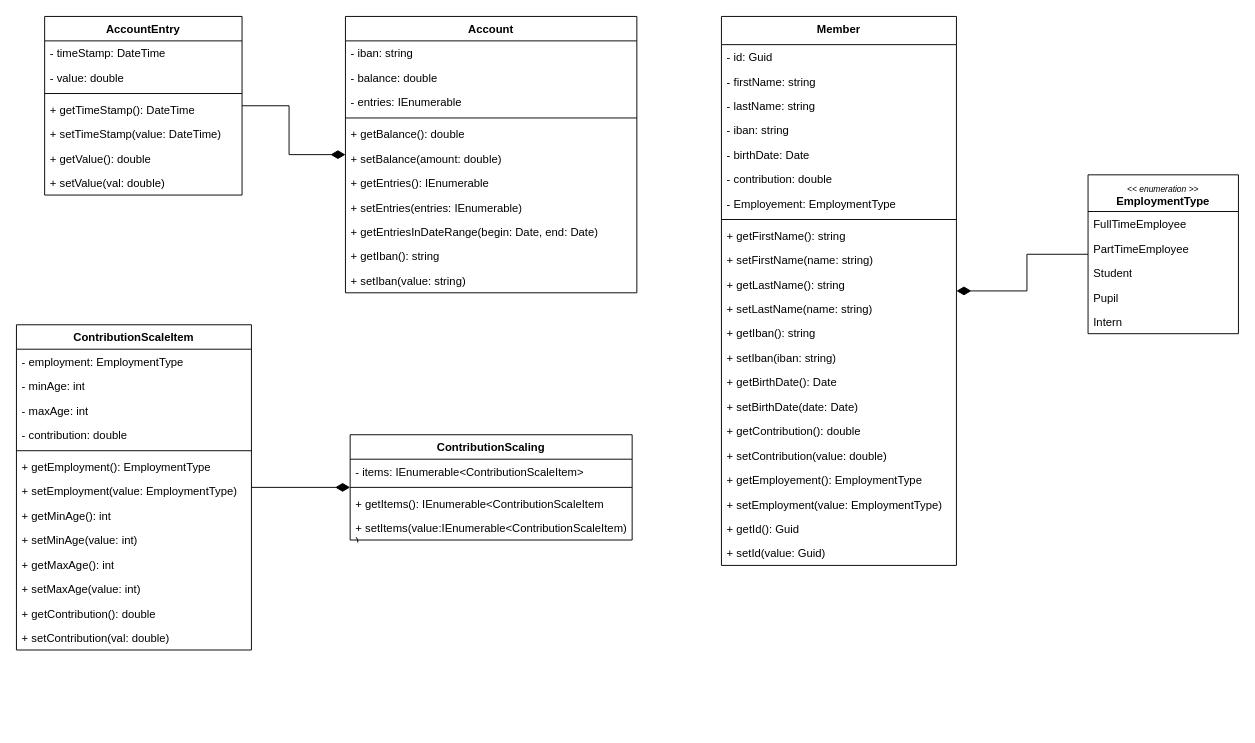
Earlier version of the draw.io diagram docs/klassendiagramm_unfinished.drawio (KonstantinPrinz/Vereinsverwaltung). Source tidied: cells renumbered, new cells numbered last; positions are measured from the earlier drawing's top-left corner, leaving out a move shared by most shapes. Both pictures are drawn from the tidied source at 94%, with x=0, y=0 at pixel (16, 16).
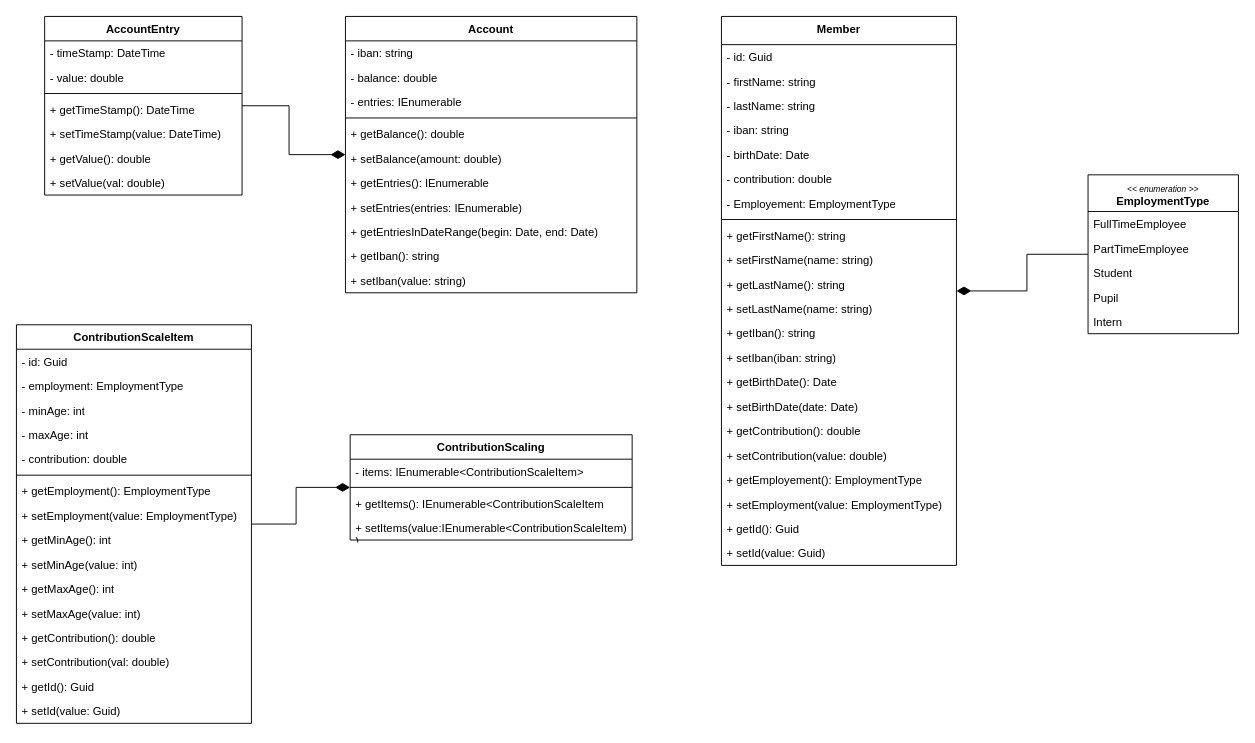
Above is the later version.

The edit, as a diff of the source:
```diff
@@
     <mxCell id="54" value="ContributionScaleItem" style="swimlane;fontStyle=1;align=center;verticalAlign=top;horizontal=1;startSize=26;whiteSpace=wrap;html=1;" parent="1" vertex="1">
-      <mxGeometry y="328" width="250" height="346" as="geometry" />
+      <mxGeometry y="328" width="250" height="424" as="geometry" />
     </mxCell>
+    <mxCell id="73" value="- id: Guid" style="text;strokeColor=none;fillColor=none;align=left;verticalAlign=top;spacingLeft=4;spacingRight=4;overflow=hidden;whiteSpace=wrap;html=1;" parent="54" vertex="1">
+      <mxGeometry y="26" width="250" height="26" as="geometry" />
+    </mxCell>
     <mxCell id="55" value="- employment: EmploymentType" style="text;strokeColor=none;fillColor=none;align=left;verticalAlign=top;spacingLeft=4;spacingRight=4;overflow=hidden;whiteSpace=wrap;html=1;" parent="54" vertex="1">
-      <mxGeometry y="26" width="250" height="26" as="geometry" />
+      <mxGeometry y="52" width="250" height="26" as="geometry" />
     </mxCell>
     <mxCell id="56" value="- minAge: int" style="text;strokeColor=none;fillColor=none;align=left;verticalAlign=top;spacingLeft=4;spacingRight=4;overflow=hidden;whiteSpace=wrap;html=1;" parent="54" vertex="1">
-      <mxGeometry y="52" width="250" height="26" as="geometry" />
+      <mxGeometry y="78" width="250" height="26" as="geometry" />
     </mxCell>
     <mxCell id="57" value="- maxAge: int" style="text;strokeColor=none;fillColor=none;align=left;verticalAlign=top;spacingLeft=4;spacingRight=4;overflow=hidden;whiteSpace=wrap;html=1;" parent="54" vertex="1">
-      <mxGeometry y="78" width="250" height="26" as="geometry" />
+      <mxGeometry y="104" width="250" height="26" as="geometry" />
     </mxCell>
     <mxCell id="58" value="- contribution: double" style="text;strokeColor=none;fillColor=none;align=left;verticalAlign=top;spacingLeft=4;spacingRight=4;overflow=hidden;whiteSpace=wrap;html=1;" parent="54" vertex="1">
-      <mxGeometry y="104" width="250" height="26" as="geometry" />
+      <mxGeometry y="130" width="250" height="26" as="geometry" />
     </mxCell>
     <mxCell id="59" style="line;strokeWidth=1;fillColor=none;align=left;verticalAlign=middle;spacingTop=-1;spacingLeft=3;spacingRight=3;labelPosition=right;strokeColor=inherit;" parent="54" vertex="1">
-      <mxGeometry y="130" width="250" height="8" as="geometry" />
+      <mxGeometry y="156" width="250" height="8" as="geometry" />
     </mxCell>
     <mxCell id="60" value="+ getEmployment(): EmploymentType" style="text;strokeColor=none;fillColor=none;align=left;verticalAlign=top;spacingLeft=4;spacingRight=4;overflow=hidden;whiteSpace=wrap;html=1;" parent="54" vertex="1">
-      <mxGeometry y="138" width="250" height="26" as="geometry" />
+      <mxGeometry y="164" width="250" height="26" as="geometry" />
     </mxCell>
     <mxCell id="61" value="+ setEmployment(value: EmploymentType)" style="text;strokeColor=none;fillColor=none;align=left;verticalAlign=top;spacingLeft=4;spacingRight=4;overflow=hidden;whiteSpace=wrap;html=1;" parent="54" vertex="1">
-      <mxGeometry y="164" width="250" height="26" as="geometry" />
+      <mxGeometry y="190" width="250" height="26" as="geometry" />
     </mxCell>
     <mxCell id="62" value="+ getMinAge(): int" style="text;strokeColor=none;fillColor=none;align=left;verticalAlign=top;spacingLeft=4;spacingRight=4;overflow=hidden;whiteSpace=wrap;html=1;" parent="54" vertex="1">
-      <mxGeometry y="190" width="250" height="26" as="geometry" />
+      <mxGeometry y="216" width="250" height="26" as="geometry" />
     </mxCell>
     <mxCell id="63" value="+ setMinAge(value: int)" style="text;strokeColor=none;fillColor=none;align=left;verticalAlign=top;spacingLeft=4;spacingRight=4;overflow=hidden;whiteSpace=wrap;html=1;" parent="54" vertex="1">
-      <mxGeometry y="216" width="250" height="26" as="geometry" />
+      <mxGeometry y="242" width="250" height="26" as="geometry" />
     </mxCell>
     <mxCell id="64" value="+ getMaxAge(): int" style="text;strokeColor=none;fillColor=none;align=left;verticalAlign=top;spacingLeft=4;spacingRight=4;overflow=hidden;whiteSpace=wrap;html=1;" parent="54" vertex="1">
-      <mxGeometry y="242" width="250" height="26" as="geometry" />
+      <mxGeometry y="268" width="250" height="26" as="geometry" />
     </mxCell>
     <mxCell id="65" value="+ setMaxAge(value: int)" style="text;strokeColor=none;fillColor=none;align=left;verticalAlign=top;spacingLeft=4;spacingRight=4;overflow=hidden;whiteSpace=wrap;html=1;" parent="54" vertex="1">
-      <mxGeometry y="268" width="250" height="26" as="geometry" />
+      <mxGeometry y="294" width="250" height="26" as="geometry" />
     </mxCell>
     <mxCell id="66" value="+ getContribution(): double" style="text;strokeColor=none;fillColor=none;align=left;verticalAlign=top;spacingLeft=4;spacingRight=4;overflow=hidden;whiteSpace=wrap;html=1;" parent="54" vertex="1">
-      <mxGeometry y="294" width="250" height="26" as="geometry" />
+      <mxGeometry y="320" width="250" height="26" as="geometry" />
     </mxCell>
     <mxCell id="67" value="+ setContribution(val: double)" style="text;strokeColor=none;fillColor=none;align=left;verticalAlign=top;spacingLeft=4;spacingRight=4;overflow=hidden;whiteSpace=wrap;html=1;" parent="54" vertex="1">
-      <mxGeometry y="320" width="250" height="26" as="geometry" />
+      <mxGeometry y="346" width="250" height="26" as="geometry" />
     </mxCell>
+    <mxCell id="74" value="+ getId(): Guid" style="text;strokeColor=none;fillColor=none;align=left;verticalAlign=top;spacingLeft=4;spacingRight=4;overflow=hidden;whiteSpace=wrap;html=1;" parent="54" vertex="1">
+      <mxGeometry y="372" width="250" height="26" as="geometry" />
+    </mxCell>
+    <mxCell id="75" value="+ setId(value: Guid)" style="text;strokeColor=none;fillColor=none;align=left;verticalAlign=top;spacingLeft=4;spacingRight=4;overflow=hidden;whiteSpace=wrap;html=1;" parent="54" vertex="1">
+      <mxGeometry y="398" width="250" height="26" as="geometry" />
+    </mxCell>
```
